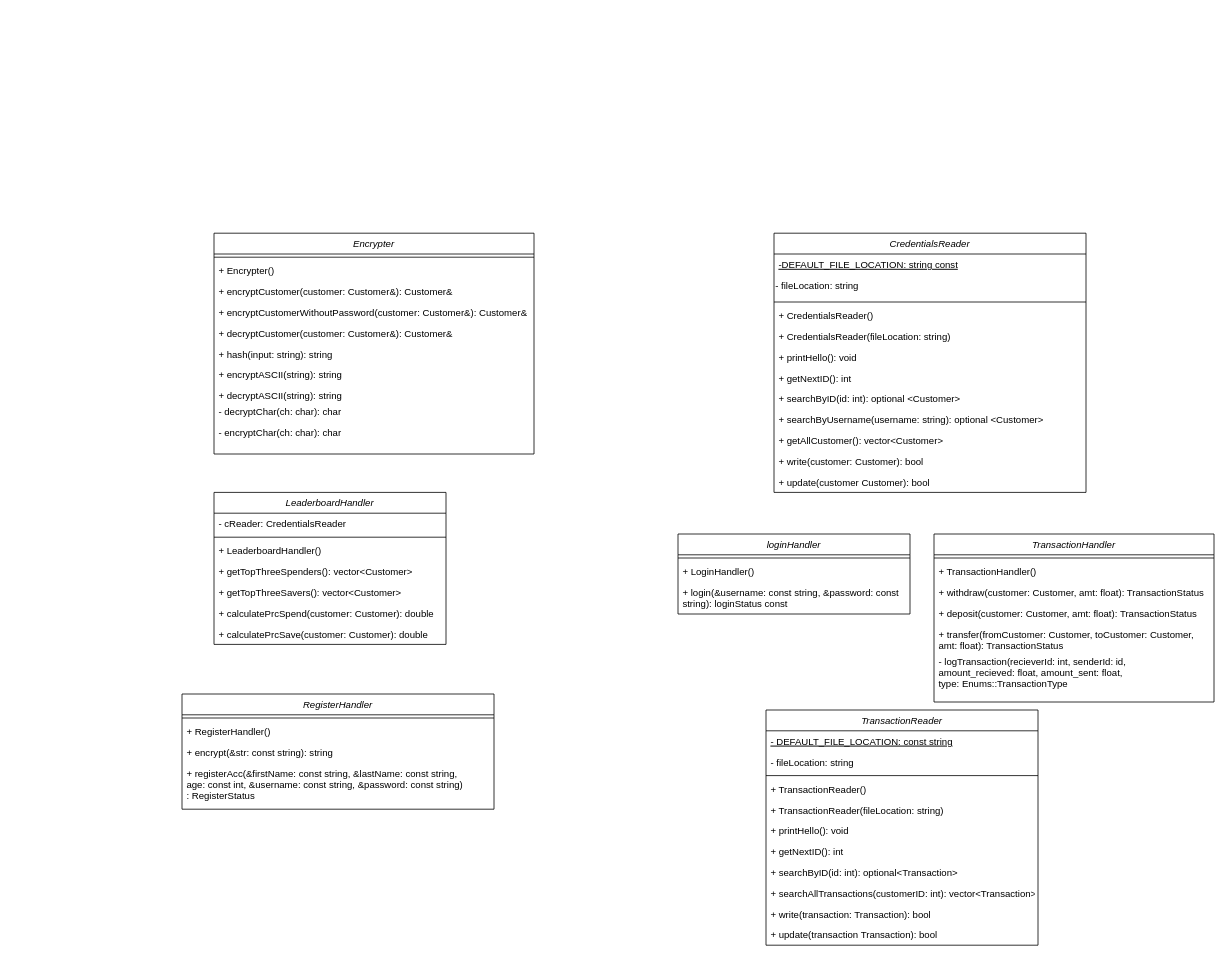
The draw.io diagram page "controller" (3 of 5) of data/UML.drawio in rawsashimi1604/1009_BankingSystem, before the edit. Source tidied: cells renumbered, new cells numbered last; positions are measured from the earlier drawing's top-left corner, leaving out a move shared by most shapes. Both pictures are drawn from the tidied source at 80%, with x=0, y=0 at pixel (182, 233).
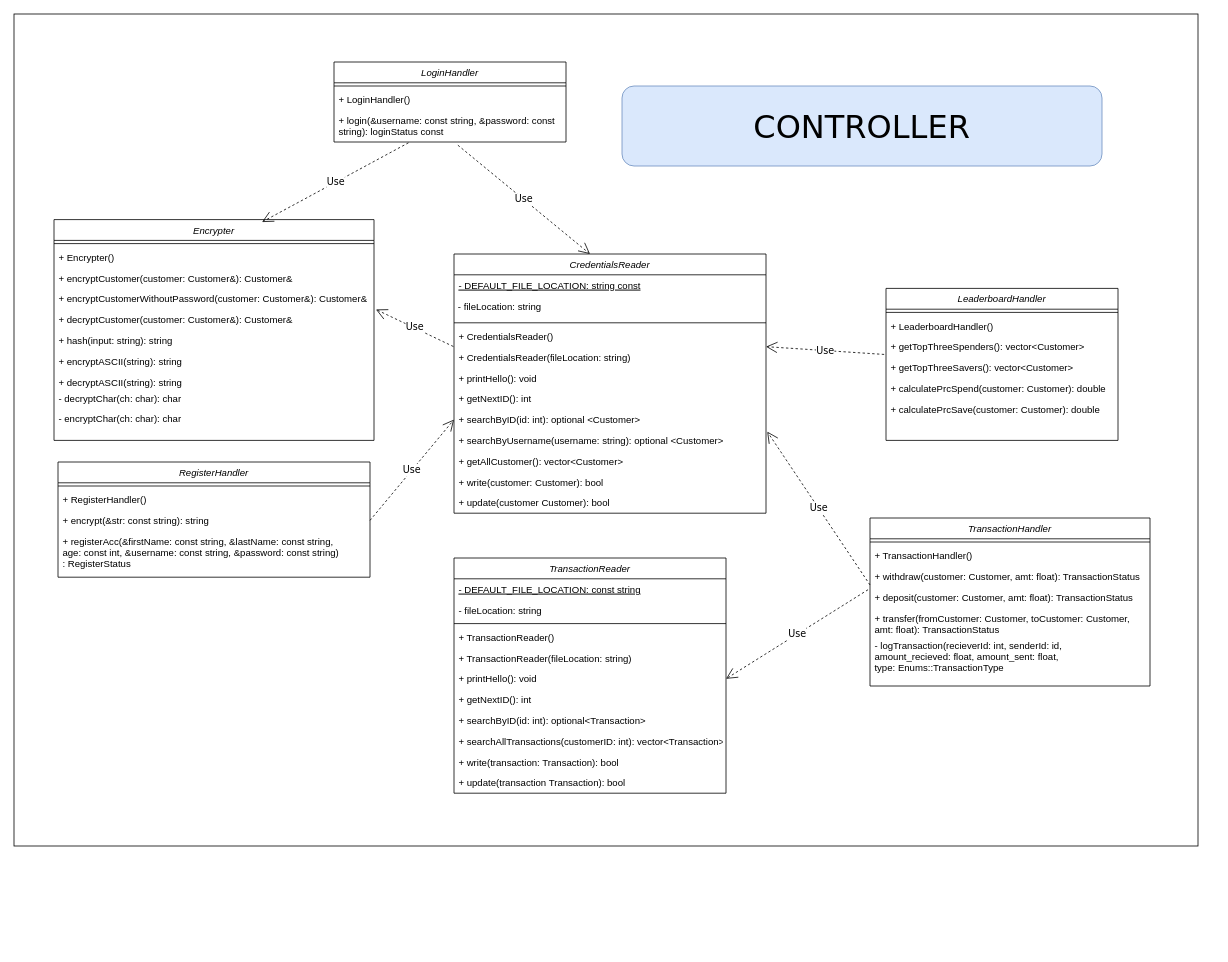
The same page after the edit.

The change refers to these unchanged cells:
```xml
<mxCell id="6" value="+ CredentialsReader()" style="text;align=left;verticalAlign=top;spacingLeft=4;spacingRight=4;overflow=hidden;points=[[0,0.5],[1,0.5]];portConstraint=eastwest;rounded=0;shadow=0;html=0;" parent="2" vertex="1">
  <mxGeometry y="90" width="390" height="26" as="geometry" />
</mxCell>
<mxCell id="10" value="+ searchByID(id: int): optional &lt;Customer&gt;" style="text;align=left;verticalAlign=top;spacingLeft=4;spacingRight=4;overflow=hidden;points=[[0,0.5],[1,0.5]];portConstraint=eastwest;rounded=0;shadow=0;html=0;" parent="2" vertex="1">
  <mxGeometry y="194" width="390" height="26" as="geometry" />
</mxCell>
<mxCell id="11" value="+ searchByUsername(username: string): optional &lt;Customer&gt;" style="text;align=left;verticalAlign=top;spacingLeft=4;spacingRight=4;overflow=hidden;points=[[0,0.5],[1,0.5]];portConstraint=eastwest;rounded=0;shadow=0;html=0;" parent="2" vertex="1">
  <mxGeometry y="220" width="390" height="26" as="geometry" />
</mxCell>
<mxCell id="21" value="+ printHello(): void" style="text;align=left;verticalAlign=top;spacingLeft=4;spacingRight=4;overflow=hidden;points=[[0,0.5],[1,0.5]];portConstraint=eastwest;rounded=0;shadow=0;html=0;" parent="15" vertex="1">
  <mxGeometry y="138" width="340" height="26" as="geometry" />
</mxCell>
<mxCell id="30" value="+ withdraw(customer: Customer, amt: float): TransactionStatus" style="text;align=left;verticalAlign=top;spacingLeft=4;spacingRight=4;overflow=hidden;points=[[0,0.5],[1,0.5]];portConstraint=eastwest;rounded=0;shadow=0;html=0;" parent="27" vertex="1">
  <mxGeometry y="60" width="350" height="26" as="geometry" />
</mxCell>
<mxCell id="31" value="+ deposit(customer: Customer, amt: float): TransactionStatus" style="text;align=left;verticalAlign=top;spacingLeft=4;spacingRight=4;overflow=hidden;points=[[0,0.5],[1,0.5]];portConstraint=eastwest;rounded=0;shadow=0;html=0;" parent="27" vertex="1">
  <mxGeometry y="86" width="350" height="26" as="geometry" />
</mxCell>
<mxCell id="37" value="+ encrypt(&amp;str: const string): string" style="text;align=left;verticalAlign=top;spacingLeft=4;spacingRight=4;overflow=hidden;points=[[0,0.5],[1,0.5]];portConstraint=eastwest;rounded=0;shadow=0;html=0;" parent="34" vertex="1">
  <mxGeometry y="60" width="390" height="26" as="geometry" />
</mxCell>
<mxCell id="42" value="+ login(&amp;username: const string, &amp;password: const &#10;string): loginStatus const" style="text;align=left;verticalAlign=top;spacingLeft=4;spacingRight=4;overflow=hidden;points=[[0,0.5],[1,0.5]];portConstraint=eastwest;rounded=0;shadow=0;html=0;" parent="39" vertex="1">
  <mxGeometry y="60" width="290" height="40" as="geometry" />
</mxCell>
<mxCell id="55" value="+ encryptCustomerWithoutPassword(customer: Customer&amp;): Customer&amp;" style="text;align=left;verticalAlign=top;spacingLeft=4;spacingRight=4;overflow=hidden;points=[[0,0.5],[1,0.5]];portConstraint=eastwest;rounded=0;shadow=0;html=0;" parent="51" vertex="1">
  <mxGeometry y="86" width="400" height="26" as="geometry" />
</mxCell>
```

Diff of the diagram source:
```diff
@@
+    <mxCell id="62" style="rounded=0;whiteSpace=wrap;html=1;fontFamily=Verdana;fontSize=12;" parent="1" vertex="1">
+      <mxGeometry x="-210" y="-274" width="1480" height="1040" as="geometry" />
+    </mxCell>
+    <mxCell id="63" style="group;" parent="1" vertex="1">
+      <mxGeometry x="-160" y="-214" width="1370" height="914" as="geometry" />
+    </mxCell>
-    <mxCell id="2" value="CredentialsReader" style="swimlane;fontStyle=2;align=center;verticalAlign=top;horizontal=1;startSize=26;rounded=0;shadow=0;strokeWidth=1;" parent="1" vertex="1">
-      <mxGeometry x="740" width="390" height="324" as="geometry" />
+    <mxCell id="2" value="CredentialsReader" style="swimlane;fontStyle=2;align=center;verticalAlign=top;horizontal=1;startSize=26;rounded=0;shadow=0;strokeWidth=1;" parent="63" vertex="1">
+      <mxGeometry x="500" y="240" width="390" height="324" as="geometry" />
     </mxCell>
-    <mxCell id="3" value="-DEFAULT_FILE_LOCATION: string const" style="text;align=left;verticalAlign=top;spacingLeft=4;spacingRight=4;overflow=hidden;fontStyle=4;" parent="2" vertex="1">
+    <mxCell id="3" value="- DEFAULT_FILE_LOCATION: string const" style="text;align=left;verticalAlign=top;spacingLeft=4;spacingRight=4;overflow=hidden;fontStyle=4;" parent="2" vertex="1">
       <mxGeometry y="26" width="390" height="26" as="geometry" />
     </mxCell>
-    <mxCell id="4" value="&lt;font face=&quot;helvetica&quot;&gt;- fileLocation: string&lt;/font&gt;" style="text;whiteSpace=wrap;html=1;" parent="2" vertex="1">
+    <mxCell id="4" value="&lt;font face=&quot;helvetica&quot;&gt;&amp;nbsp;- fileLocation: string&lt;/font&gt;" style="text;whiteSpace=wrap;html=1;" parent="2" vertex="1">
       <mxGeometry y="52" width="390" height="30" as="geometry" />
     </mxCell>
@@
-    <mxCell id="15" value="TransactionReader" style="swimlane;fontStyle=2;align=center;verticalAlign=top;horizontal=1;startSize=26;rounded=0;shadow=0;strokeWidth=1;" parent="1" vertex="1">
-      <mxGeometry x="730" y="596" width="340" height="294" as="geometry" />
+    <mxCell id="15" value="TransactionReader" style="swimlane;fontStyle=2;align=center;verticalAlign=top;horizontal=1;startSize=26;rounded=0;shadow=0;strokeWidth=1;" parent="63" vertex="1">
+      <mxGeometry x="500" y="620" width="340" height="294" as="geometry" />
     </mxCell>
@@
-    <mxCell id="27" value="TransactionHandler" style="swimlane;fontStyle=2;align=center;verticalAlign=top;horizontal=1;startSize=26;rounded=0;shadow=0;strokeWidth=1;" parent="1" vertex="1">
-      <mxGeometry x="940" y="376" width="350" height="210" as="geometry" />
+    <mxCell id="27" value="TransactionHandler" style="swimlane;fontStyle=2;align=center;verticalAlign=top;horizontal=1;startSize=26;rounded=0;shadow=0;strokeWidth=1;" parent="63" vertex="1">
+      <mxGeometry x="1020" y="570" width="350" height="210" as="geometry" />
     </mxCell>
@@
-    <mxCell id="34" value="RegisterHandler" style="swimlane;fontStyle=2;align=center;verticalAlign=top;horizontal=1;startSize=26;rounded=0;shadow=0;strokeWidth=1;" parent="1" vertex="1">
-      <mxGeometry y="576" width="390" height="144" as="geometry" />
+    <mxCell id="34" value="RegisterHandler" style="swimlane;fontStyle=2;align=center;verticalAlign=top;horizontal=1;startSize=26;rounded=0;shadow=0;strokeWidth=1;" parent="63" vertex="1">
+      <mxGeometry x="5" y="500" width="390" height="144" as="geometry" />
     </mxCell>
@@
-    <mxCell id="39" value="loginHandler" style="swimlane;fontStyle=2;align=center;verticalAlign=top;horizontal=1;startSize=26;rounded=0;shadow=0;strokeWidth=1;" parent="1" vertex="1">
-      <mxGeometry x="620" y="376" width="290" height="100" as="geometry" />
+    <mxCell id="39" value="LoginHandler" style="swimlane;fontStyle=2;align=center;verticalAlign=top;horizontal=1;startSize=26;rounded=0;shadow=0;strokeWidth=1;" parent="63" vertex="1">
+      <mxGeometry x="350" width="290" height="100" as="geometry" />
     </mxCell>
@@
-    <mxCell id="43" value="LeaderboardHandler" style="swimlane;fontStyle=2;align=center;verticalAlign=top;horizontal=1;startSize=26;rounded=0;shadow=0;strokeWidth=1;" parent="1" vertex="1">
-      <mxGeometry x="40" y="324" width="290" height="190" as="geometry" />
+    <mxCell id="43" value="LeaderboardHandler" style="swimlane;fontStyle=2;align=center;verticalAlign=top;horizontal=1;startSize=26;rounded=0;shadow=0;strokeWidth=1;" parent="63" vertex="1">
+      <mxGeometry x="1040" y="283" width="290" height="190" as="geometry" />
     </mxCell>
-    <mxCell id="44" value="- cReader: CredentialsReader" style="text;align=left;verticalAlign=top;spacingLeft=4;spacingRight=4;overflow=hidden;" parent="43" vertex="1">
-      <mxGeometry y="26" width="290" height="26" as="geometry" />
-    </mxCell>
     <mxCell id="45" style="line;html=1;strokeWidth=1;align=left;verticalAlign=middle;spacingTop=-1;spacingLeft=3;spacingRight=3;labelPosition=right;" parent="43" vertex="1">
-      <mxGeometry y="52" width="290" height="8" as="geometry" />
+      <mxGeometry y="26" width="290" height="8" as="geometry" />
     </mxCell>
     <mxCell id="46" value="+ LeaderboardHandler()" style="text;align=left;verticalAlign=top;spacingLeft=4;spacingRight=4;overflow=hidden;rounded=0;shadow=0;html=0;" parent="43" vertex="1">
-      <mxGeometry y="60" width="290" height="26" as="geometry" />
+      <mxGeometry y="34" width="290" height="26" as="geometry" />
     </mxCell>
     <mxCell id="47" value="+ getTopThreeSpenders(): vector&lt;Customer&gt;" style="text;align=left;verticalAlign=top;spacingLeft=4;spacingRight=4;overflow=hidden;rounded=0;shadow=0;html=0;" parent="43" vertex="1">
-      <mxGeometry y="86" width="290" height="26" as="geometry" />
+      <mxGeometry y="60" width="290" height="26" as="geometry" />
     </mxCell>
     <mxCell id="48" value="+ getTopThreeSavers(): vector&lt;Customer&gt;" style="text;align=left;verticalAlign=top;spacingLeft=4;spacingRight=4;overflow=hidden;points=[[0,0.5],[1,0.5]];portConstraint=eastwest;rounded=0;shadow=0;html=0;" parent="43" vertex="1">
-      <mxGeometry y="112" width="290" height="26" as="geometry" />
+      <mxGeometry y="86" width="290" height="26" as="geometry" />
     </mxCell>
     <mxCell id="49" value="+ calculatePrcSpend(customer: Customer): double" style="text;align=left;verticalAlign=top;spacingLeft=4;spacingRight=4;overflow=hidden;rounded=0;shadow=0;html=0;" parent="43" vertex="1">
-      <mxGeometry y="138" width="290" height="26" as="geometry" />
+      <mxGeometry y="112" width="290" height="26" as="geometry" />
     </mxCell>
     <mxCell id="50" value="+ calculatePrcSave(customer: Customer): double" style="text;align=left;verticalAlign=top;spacingLeft=4;spacingRight=4;overflow=hidden;rounded=0;shadow=0;html=0;" parent="43" vertex="1">
-      <mxGeometry y="164" width="290" height="26" as="geometry" />
+      <mxGeometry y="138" width="290" height="26" as="geometry" />
     </mxCell>
-    <mxCell id="51" value="Encrypter" style="swimlane;fontStyle=2;align=center;verticalAlign=top;horizontal=1;startSize=26;rounded=0;shadow=0;strokeWidth=1;" parent="1" vertex="1">
-      <mxGeometry x="40" width="400" height="276" as="geometry" />
+    <mxCell id="51" value="Encrypter" style="swimlane;fontStyle=2;align=center;verticalAlign=top;horizontal=1;startSize=26;rounded=0;shadow=0;strokeWidth=1;" parent="63" vertex="1">
+      <mxGeometry y="197" width="400" height="276" as="geometry" />
     </mxCell>
@@
+    <mxCell id="64" value="Use" style="endArrow=open;endSize=12;dashed=1;html=1;rounded=0;fontFamily=Verdana;fontSize=12;entryX=1.006;entryY=1.013;entryDx=0;entryDy=0;entryPerimeter=0;exitX=-0.002;exitY=0.987;exitDx=0;exitDy=0;exitPerimeter=0;" parent="63" edge="1" source="6" target="55">
+      <mxGeometry relative="1" as="geometry" />
+    </mxCell>
+    <mxCell id="65" value="Use" style="endArrow=open;endSize=12;dashed=1;html=1;rounded=0;fontFamily=Verdana;fontSize=12;entryX=0;entryY=0.5;entryDx=0;entryDy=0;exitX=1;exitY=0.5;exitDx=0;exitDy=0;" parent="63" edge="1" source="37" target="10">
+      <mxGeometry relative="1" as="geometry" />
+    </mxCell>
+    <mxCell id="66" value="Use" style="endArrow=open;endSize=12;dashed=1;html=1;rounded=0;fontFamily=Verdana;fontSize=12;entryX=0.65;entryY=0.011;entryDx=0;entryDy=0;entryPerimeter=0;exitX=0.321;exitY=1.025;exitDx=0;exitDy=0;exitPerimeter=0;" parent="63" edge="1" source="42" target="51">
+      <mxGeometry relative="1" as="geometry" />
+    </mxCell>
+    <mxCell id="67" value="Use" style="endArrow=open;endSize=12;dashed=1;html=1;rounded=0;fontFamily=Verdana;fontSize=12;entryX=0.436;entryY=0;entryDx=0;entryDy=0;entryPerimeter=0;exitX=0.534;exitY=1.1;exitDx=0;exitDy=0;exitPerimeter=0;" parent="63" edge="1" source="42" target="2">
+      <mxGeometry relative="1" as="geometry" />
+    </mxCell>
+    <mxCell id="68" value="Use" style="endArrow=open;endSize=12;dashed=1;html=1;rounded=0;fontFamily=Verdana;fontSize=12;exitX=-0.008;exitY=-0.133;exitDx=0;exitDy=0;exitPerimeter=0;" parent="63" edge="1" source="48" target="6">
+      <mxGeometry relative="1" as="geometry" />
+    </mxCell>
+    <mxCell id="69" value="Use" style="endArrow=open;endSize=12;dashed=1;html=1;rounded=0;fontFamily=Verdana;fontSize=12;exitX=0;exitY=0.912;exitDx=0;exitDy=0;exitPerimeter=0;entryX=1.004;entryY=0.077;entryDx=0;entryDy=0;entryPerimeter=0;" parent="63" edge="1" source="30" target="11">
+      <mxGeometry relative="1" as="geometry" />
+    </mxCell>
+    <mxCell id="70" value="Use" style="endArrow=open;endSize=12;dashed=1;html=1;rounded=0;fontFamily=Verdana;fontSize=12;exitX=-0.007;exitY=0.14;exitDx=0;exitDy=0;exitPerimeter=0;entryX=1;entryY=0.5;entryDx=0;entryDy=0;" parent="63" edge="1" source="31" target="21">
+      <mxGeometry relative="1" as="geometry" />
+    </mxCell>
+    <mxCell id="71" value="&lt;font face=&quot;Verdana&quot; style=&quot;font-size: 40px&quot;&gt;CONTROLLER&lt;/font&gt;" style="rounded=1;whiteSpace=wrap;html=1;fillColor=#dae8fc;strokeColor=#6c8ebf;" parent="63" vertex="1">
+      <mxGeometry x="710" y="30" width="600" height="100" as="geometry" />
+    </mxCell>
```
